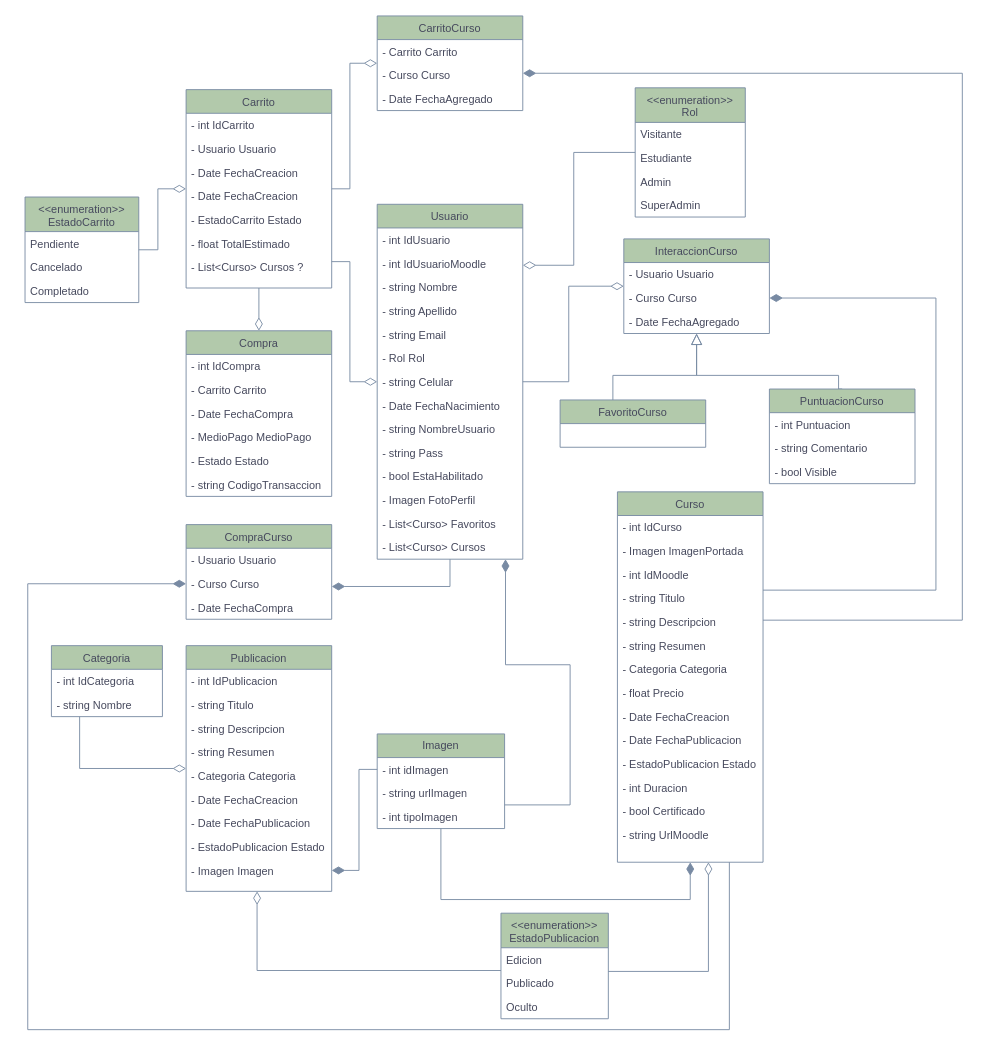
The draw.io diagram UML/UML.drawio in GDieser/tpc-equipo-12A, before the edit. Source tidied: cells renumbered, new cells numbered last; positions are measured from the earlier drawing's top-left corner, leaving out a move shared by most shapes. Both pictures are drawn from the tidied source at 91%, with x=0, y=0 at pixel (25, 15).
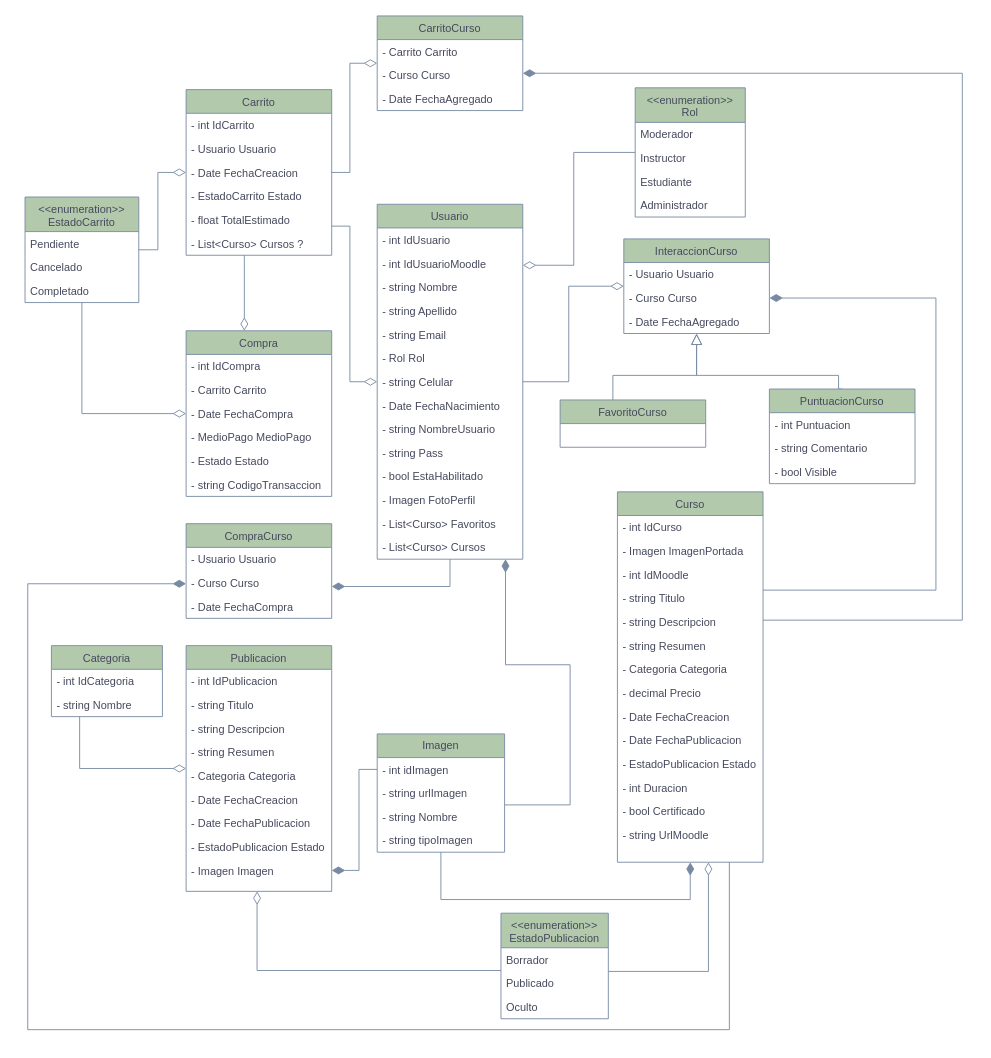
The same page after the edit.

Commit message:
Corregido y verificado UML

Unchanged cells that the change refers to:
```xml
<mxCell id="2" value="Usuario" style="swimlane;fontStyle=0;align=center;verticalAlign=top;horizontal=1;startSize=26;rounded=0;shadow=0;strokeWidth=1;labelBackgroundColor=none;fillColor=#B2C9AB;strokeColor=#788AA3;fontColor=#46495D;" parent="1" vertex="1">
  <mxGeometry x="387" y="207" width="160" height="390" as="geometry" />
</mxCell>
<mxCell id="17" value="Curso" style="swimlane;fontStyle=0;align=center;verticalAlign=top;horizontal=1;startSize=26;rounded=0;shadow=0;strokeWidth=1;labelBackgroundColor=none;fillColor=#B2C9AB;strokeColor=#788AA3;fontColor=#46495D;" parent="1" vertex="1">
  <mxGeometry x="651" y="523" width="160" height="407" as="geometry" />
</mxCell>
<mxCell id="40" value="Compra" style="swimlane;fontStyle=0;align=center;verticalAlign=top;horizontal=1;startSize=26;rounded=0;shadow=0;strokeWidth=1;labelBackgroundColor=none;fillColor=#B2C9AB;strokeColor=#788AA3;fontColor=#46495D;" parent="1" vertex="1">
  <mxGeometry x="177" y="346" width="160" height="182" as="geometry" />
</mxCell>
<mxCell id="62" value="Publicacion" style="swimlane;fontStyle=0;align=center;verticalAlign=top;horizontal=1;startSize=26;rounded=0;shadow=0;strokeWidth=1;labelBackgroundColor=none;fillColor=#B2C9AB;strokeColor=#788AA3;fontColor=#46495D;" parent="1" vertex="1">
  <mxGeometry x="177" y="692" width="160" height="270" as="geometry" />
</mxCell>
<mxCell id="91" value="&lt;&lt;enumeration&gt;&gt;&#10;Rol" style="swimlane;fontStyle=0;align=center;verticalAlign=top;horizontal=1;startSize=38;rounded=0;shadow=0;strokeWidth=1;labelBackgroundColor=none;fillColor=#B2C9AB;strokeColor=#788AA3;fontColor=#46495D;" parent="1" vertex="1">
  <mxGeometry x="670.5" y="79" width="121" height="142" as="geometry" />
</mxCell>
<mxCell id="98" value="Categoria" style="swimlane;fontStyle=0;align=center;verticalAlign=top;horizontal=1;startSize=26;rounded=0;shadow=0;strokeWidth=1;labelBackgroundColor=none;fillColor=#B2C9AB;strokeColor=#788AA3;fontColor=#46495D;" parent="1" vertex="1">
  <mxGeometry x="29" y="692" width="122" height="78" as="geometry" />
</mxCell>
<mxCell id="102" value="&lt;&lt;enumeration&gt;&gt;&#10;EstadoCarrito" style="swimlane;fontStyle=0;align=center;verticalAlign=top;horizontal=1;startSize=38;rounded=0;shadow=0;strokeWidth=1;labelBackgroundColor=none;fillColor=#B2C9AB;strokeColor=#788AA3;fontColor=#46495D;" parent="1" vertex="1">
  <mxGeometry y="199" width="125" height="116" as="geometry" />
</mxCell>
<mxCell id="109" value="&lt;&lt;enumeration&gt;&gt;&#10;EstadoPublicacion" style="swimlane;fontStyle=0;align=center;verticalAlign=top;horizontal=1;startSize=38;rounded=0;shadow=0;strokeWidth=1;labelBackgroundColor=none;fillColor=#B2C9AB;strokeColor=#788AA3;fontColor=#46495D;" parent="1" vertex="1">
  <mxGeometry x="523" y="986" width="118" height="116" as="geometry" />
</mxCell>
```

Diff of the diagram source:
```diff
@@
-    <mxCell id="25" value="- float Precio" style="text;align=left;verticalAlign=top;spacingLeft=4;spacingRight=4;overflow=hidden;rounded=0;shadow=0;html=0;labelBackgroundColor=none;fontColor=#46495D;" parent="17" vertex="1">
+    <mxCell id="25" value="- decimal Precio" style="text;align=left;verticalAlign=top;spacingLeft=4;spacingRight=4;overflow=hidden;rounded=0;shadow=0;html=0;labelBackgroundColor=none;fontColor=#46495D;" parent="17" vertex="1">
       <mxGeometry y="208" width="160" height="26" as="geometry" />
     </mxCell>
@@
     <mxCell id="32" value="Carrito" style="swimlane;fontStyle=0;align=center;verticalAlign=top;horizontal=1;startSize=26;rounded=0;shadow=0;strokeWidth=1;labelBackgroundColor=none;fillColor=#B2C9AB;strokeColor=#788AA3;fontColor=#46495D;" parent="1" vertex="1">
-      <mxGeometry x="177" y="81" width="160" height="218" as="geometry" />
+      <mxGeometry x="177" y="81" width="160" height="182" as="geometry" />
     </mxCell>
@@
-    <mxCell id="36" value="- Date FechaCreacion" style="text;align=left;verticalAlign=top;spacingLeft=4;spacingRight=4;overflow=hidden;rounded=0;shadow=0;html=0;labelBackgroundColor=none;fontColor=#46495D;" parent="32" vertex="1">
-      <mxGeometry y="104" width="160" height="26" as="geometry" />
-    </mxCell>
     <mxCell id="37" value="- EstadoCarrito Estado" style="text;align=left;verticalAlign=top;spacingLeft=4;spacingRight=4;overflow=hidden;rounded=0;shadow=0;html=0;labelBackgroundColor=none;fontColor=#46495D;" parent="32" vertex="1">
-      <mxGeometry y="130" width="160" height="26" as="geometry" />
+      <mxGeometry y="104" width="160" height="26" as="geometry" />
     </mxCell>
     <mxCell id="38" value="- float TotalEstimado" style="text;align=left;verticalAlign=top;spacingLeft=4;spacingRight=4;overflow=hidden;rounded=0;shadow=0;html=0;labelBackgroundColor=none;fontColor=#46495D;" parent="32" vertex="1">
-      <mxGeometry y="156" width="160" height="26" as="geometry" />
+      <mxGeometry y="130" width="160" height="26" as="geometry" />
     </mxCell>
     <mxCell id="39" value="- List&lt;Curso&gt; Cursos ?" style="text;align=left;verticalAlign=top;spacingLeft=4;spacingRight=4;overflow=hidden;rounded=0;shadow=0;html=0;labelBackgroundColor=none;fontColor=#46495D;" parent="32" vertex="1">
-      <mxGeometry y="182" width="160" height="26" as="geometry" />
+      <mxGeometry y="156" width="160" height="26" as="geometry" />
     </mxCell>
@@
     <mxCell id="58" value="Imagen" style="swimlane;fontStyle=0;horizontal=1;startSize=26;fillColor=#B2C9AB;whiteSpace=wrap;html=1;labelBackgroundColor=none;strokeColor=#788AA3;fontColor=#46495D;" parent="1" vertex="1">
-      <mxGeometry x="387" y="789" width="140" height="104" as="geometry" />
+      <mxGeometry x="387" y="789" width="140" height="130" as="geometry" />
     </mxCell>
@@
+    <mxCell id="113" value="- string Nombre" style="text;strokeColor=none;fillColor=none;align=left;verticalAlign=top;spacingLeft=4;spacingRight=4;overflow=hidden;whiteSpace=wrap;html=1;labelBackgroundColor=none;fontColor=#46495D;" parent="58" vertex="1">
+      <mxGeometry y="78" width="140" height="26" as="geometry" />
+    </mxCell>
-    <mxCell id="61" value="- int tipoImagen" style="text;strokeColor=none;fillColor=none;align=left;verticalAlign=top;spacingLeft=4;spacingRight=4;overflow=hidden;whiteSpace=wrap;html=1;labelBackgroundColor=none;fontColor=#46495D;" parent="58" vertex="1">
-      <mxGeometry y="78" width="140" height="26" as="geometry" />
+    <mxCell id="61" value="- string tipoImagen" style="text;strokeColor=none;fillColor=none;align=left;verticalAlign=top;spacingLeft=4;spacingRight=4;overflow=hidden;whiteSpace=wrap;html=1;labelBackgroundColor=none;fontColor=#46495D;" parent="58" vertex="1">
+      <mxGeometry y="104" width="140" height="26" as="geometry" />
     </mxCell>
@@
     <mxCell id="75" style="edgeStyle=orthogonalEdgeStyle;rounded=0;jettySize=auto;html=1;labelBackgroundColor=none;strokeColor=#788AA3;fontColor=default;endArrow=diamondThin;endFill=0;endSize=12;" parent="1" edge="1" source="32" target="2">
       <mxGeometry relative="1" as="geometry">
         <Array as="points">
-          <mxPoint x="357" y="270" />
+          <mxPoint x="357" y="231" />
           <mxPoint x="357" y="402" />
         </Array>
       </mxGeometry>
     </mxCell>
@@
     <mxCell id="83" value="CompraCurso" style="swimlane;fontStyle=0;align=center;verticalAlign=top;horizontal=1;startSize=26;rounded=0;shadow=0;strokeWidth=1;labelBackgroundColor=none;fillColor=#B2C9AB;strokeColor=#788AA3;fontColor=#46495D;" parent="1" vertex="1">
-      <mxGeometry x="177" y="559" width="160" height="104" as="geometry" />
+      <mxGeometry x="177" y="558" width="160" height="104" as="geometry" />
     </mxCell>
@@
-    <mxCell id="92" value="Visitante" style="text;align=left;verticalAlign=top;spacingLeft=4;spacingRight=4;overflow=hidden;rounded=0;shadow=0;html=0;labelBackgroundColor=none;fontColor=#46495D;" parent="91" vertex="1">
+    <mxCell id="92" value="Moderador" style="text;align=left;verticalAlign=top;spacingLeft=4;spacingRight=4;overflow=hidden;rounded=0;shadow=0;html=0;labelBackgroundColor=none;fontColor=#46495D;" parent="91" vertex="1">
       <mxGeometry y="38" width="121" height="26" as="geometry" />
     </mxCell>
-    <mxCell id="93" value="Estudiante" style="text;align=left;verticalAlign=top;spacingLeft=4;spacingRight=4;overflow=hidden;rounded=0;shadow=0;html=0;labelBackgroundColor=none;fontColor=#46495D;" parent="91" vertex="1">
+    <mxCell id="93" value="Instructor" style="text;align=left;verticalAlign=top;spacingLeft=4;spacingRight=4;overflow=hidden;rounded=0;shadow=0;html=0;labelBackgroundColor=none;fontColor=#46495D;" parent="91" vertex="1">
       <mxGeometry y="64" width="121" height="26" as="geometry" />
     </mxCell>
-    <mxCell id="94" value="Admin" style="text;align=left;verticalAlign=top;spacingLeft=4;spacingRight=4;overflow=hidden;rounded=0;shadow=0;html=0;labelBackgroundColor=none;fontColor=#46495D;" parent="91" vertex="1">
+    <mxCell id="94" value="Estudiante" style="text;align=left;verticalAlign=top;spacingLeft=4;spacingRight=4;overflow=hidden;rounded=0;shadow=0;html=0;labelBackgroundColor=none;fontColor=#46495D;" parent="91" vertex="1">
       <mxGeometry y="90" width="121" height="26" as="geometry" />
     </mxCell>
-    <mxCell id="95" value="SuperAdmin" style="text;align=left;verticalAlign=top;spacingLeft=4;spacingRight=4;overflow=hidden;rounded=0;shadow=0;html=0;labelBackgroundColor=none;fontColor=#46495D;" parent="91" vertex="1">
+    <mxCell id="95" value="Administrador" style="text;align=left;verticalAlign=top;spacingLeft=4;spacingRight=4;overflow=hidden;rounded=0;shadow=0;html=0;labelBackgroundColor=none;fontColor=#46495D;" parent="91" vertex="1">
       <mxGeometry y="116" width="121" height="26" as="geometry" />
     </mxCell>
@@
-    <mxCell id="97" style="edgeStyle=orthogonalEdgeStyle;rounded=0;jettySize=auto;html=1;strokeColor=#788AA3;fontColor=#46495D;fillColor=#B2C9AB;endArrow=diamondThin;endFill=0;endSize=12;" parent="1" edge="1" source="98" target="62">
+    <mxCell id="97" style="edgeStyle=orthogonalEdgeStyle;rounded=0;jettySize=auto;html=1;strokeColor=#788AA3;fontColor=default;fillColor=#B2C9AB;endArrow=diamondThin;endFill=0;endSize=12;labelBackgroundColor=none;" parent="1" edge="1" source="98" target="62">
       <mxGeometry relative="1" as="geometry">
         <Array as="points">
           <mxPoint x="60" y="827" />
         </Array>
       </mxGeometry>
     </mxCell>
@@
-    <mxCell id="101" style="edgeStyle=orthogonalEdgeStyle;rounded=0;jettySize=auto;html=1;strokeColor=#788AA3;fontColor=#46495D;fillColor=#B2C9AB;endArrow=diamondThin;endFill=0;endSize=12;" parent="1" edge="1" source="102" target="32">
+    <mxCell id="101" style="edgeStyle=orthogonalEdgeStyle;rounded=0;jettySize=auto;html=1;strokeColor=#788AA3;fontColor=default;fillColor=#B2C9AB;endArrow=diamondThin;endFill=0;endSize=12;labelBackgroundColor=none;" parent="1" edge="1" source="102" target="32">
       <mxGeometry relative="1" as="geometry" />
     </mxCell>
+    <mxCell id="114" style="edgeStyle=orthogonalEdgeStyle;rounded=0;jettySize=auto;html=1;endArrow=diamondThin;endFill=0;endSize=12;labelBackgroundColor=none;strokeColor=#788AA3;fontColor=default;" parent="1" edge="1" source="102" target="40">
+      <mxGeometry relative="1" as="geometry">
+        <Array as="points">
+          <mxPoint x="62" y="437" />
+        </Array>
+      </mxGeometry>
+    </mxCell>
@@
-    <mxCell id="106" style="edgeStyle=orthogonalEdgeStyle;rounded=0;jettySize=auto;html=1;strokeColor=#788AA3;fontColor=#46495D;fillColor=#B2C9AB;endArrow=diamondThin;endFill=0;endSize=12;" parent="1" edge="1" source="109" target="17">
+    <mxCell id="106" style="edgeStyle=orthogonalEdgeStyle;rounded=0;jettySize=auto;html=1;strokeColor=#788AA3;fontColor=default;fillColor=#B2C9AB;endArrow=diamondThin;endFill=0;endSize=12;labelBackgroundColor=none;" parent="1" edge="1" source="109" target="17">
       <mxGeometry relative="1" as="geometry">
         <Array as="points">
           <mxPoint x="751" y="1050" />
         </Array>
       </mxGeometry>
     </mxCell>
-    <mxCell id="107" style="edgeLabel;html=1;align=center;verticalAlign=middle;strokeColor=#788AA3;fontColor=#46495D;fillColor=#B2C9AB;" parent="106" vertex="1">
+    <mxCell id="107" style="edgeLabel;html=1;align=center;verticalAlign=middle;strokeColor=#788AA3;fontColor=#46495D;fillColor=#B2C9AB;labelBackgroundColor=none;" parent="106" vertex="1">
       <mxGeometry x="0.18" y="-4" relative="1" as="geometry" />
     </mxCell>
-    <mxCell id="108" style="edgeStyle=orthogonalEdgeStyle;rounded=0;jettySize=auto;html=1;strokeColor=#788AA3;fontColor=#46495D;fillColor=#B2C9AB;endArrow=diamondThin;endFill=0;endSize=12;" parent="1" edge="1" source="109" target="62">
+    <mxCell id="108" style="edgeStyle=orthogonalEdgeStyle;rounded=0;jettySize=auto;html=1;strokeColor=#788AA3;fontColor=default;fillColor=#B2C9AB;endArrow=diamondThin;endFill=0;endSize=12;labelBackgroundColor=none;" parent="1" edge="1" source="109" target="62">
       <mxGeometry relative="1" as="geometry">
         <Array as="points">
           <mxPoint x="255" y="1049" />
         </Array>
       </mxGeometry>
     </mxCell>
@@
-    <mxCell id="110" value="Edicion" style="text;align=left;verticalAlign=top;spacingLeft=4;spacingRight=4;overflow=hidden;rounded=0;shadow=0;html=0;labelBackgroundColor=none;fontColor=#46495D;" parent="109" vertex="1">
+    <mxCell id="110" value="Borrador" style="text;align=left;verticalAlign=top;spacingLeft=4;spacingRight=4;overflow=hidden;rounded=0;shadow=0;html=0;labelBackgroundColor=none;fontColor=#46495D;" parent="109" vertex="1">
       <mxGeometry y="38" width="118" height="26" as="geometry" />
     </mxCell>
```
